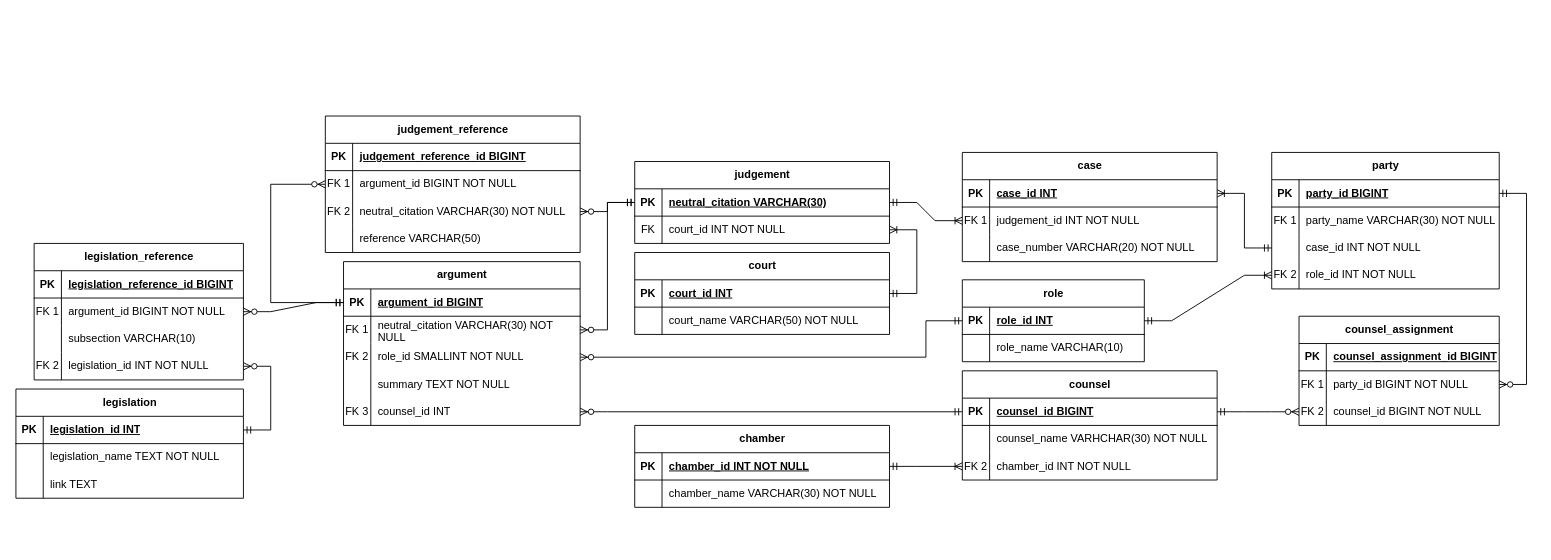
Above: dev-resources/erd/ERD.drawio in anisahhoque/c15-court-transcript-pipeline (draw.io), before the change. Source tidied: cells renumbered, new cells numbered last; positions are measured from the earlier drawing's top-left corner, leaving out a move shared by most shapes. Both pictures are drawn from the tidied source at 91%, with x=0, y=0 at pixel (15, 116).
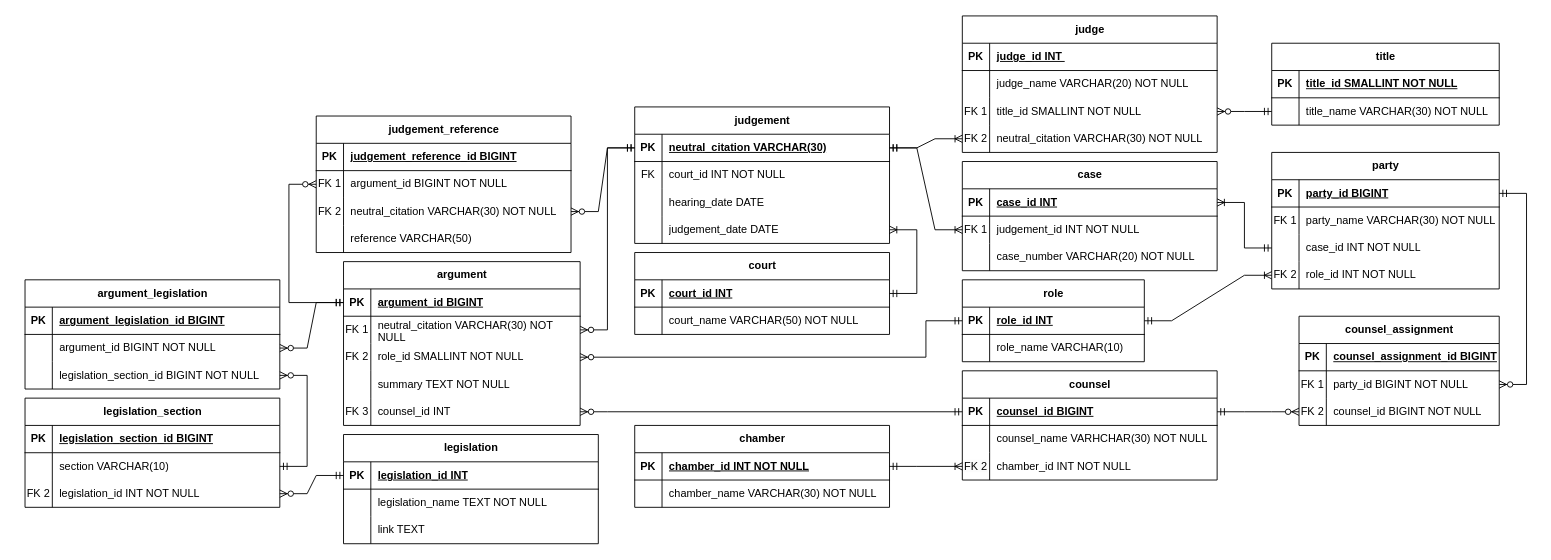
The same page after the edit.

Commit message (it also covers changes not shown here):
Adds date cols. Also judges (purely nominal) and legislation sections.

The change refers to these unchanged cells:
```xml
<mxCell id="27" style="shape=tableRow;horizontal=0;startSize=0;swimlaneHead=0;swimlaneBody=0;fillColor=none;points=[[0,0.5],[1,0.5]];portConstraint=eastwest;top=0;left=0;right=0;bottom=1;" parent="26" vertex="1">
  <mxGeometry y="30" width="280" height="30" as="geometry" />
</mxCell>
<mxCell id="37" style="shape=tableRow;horizontal=0;startSize=0;swimlaneHead=0;swimlaneBody=0;fillColor=none;points=[[0,0.5],[1,0.5]];portConstraint=eastwest;top=0;left=0;right=0;bottom=0;" parent="33" vertex="1">
  <mxGeometry y="60" width="280" height="30" as="geometry" />
</mxCell>
<mxCell id="64" style="shape=tableRow;horizontal=0;startSize=0;swimlaneHead=0;swimlaneBody=0;fillColor=none;points=[[0,0.5],[1,0.5]];portConstraint=eastwest;top=0;left=0;right=0;bottom=1;" parent="63" vertex="1">
  <mxGeometry y="30" width="250" height="30" as="geometry" />
</mxCell>
<mxCell id="87" style="shape=tableRow;horizontal=0;startSize=0;swimlaneHead=0;swimlaneBody=0;fillColor=none;points=[[0,0.5],[1,0.5]];portConstraint=eastwest;top=0;left=0;right=0;bottom=0;" parent="83" vertex="1">
  <mxGeometry y="60" width="220" height="30" as="geometry" />
</mxCell>
<mxCell id="122" style="shape=tableRow;horizontal=0;startSize=0;swimlaneHead=0;swimlaneBody=0;fillColor=none;points=[[0,0.5],[1,0.5]];portConstraint=eastwest;top=0;left=0;right=0;bottom=1;" parent="121" vertex="1">
  <mxGeometry y="30" width="260" height="30" as="geometry" />
</mxCell>
```

What changed in the source:
```diff
@@
     <mxCell id="2" value="legislation" style="shape=table;startSize=30;childLayout=tableLayout;rowLines=0;fontStyle=1;align=center;html=1;" parent="1" vertex="1">
-      <mxGeometry y="300" width="250" height="120" as="geometry" />
+      <mxGeometry x="360" y="350" width="280" height="120" as="geometry" />
     </mxCell>
     <mxCell id="3" style="shape=tableRow;horizontal=0;startSize=0;swimlaneHead=0;swimlaneBody=0;fillColor=none;points=[[0,0.5],[1,0.5]];portConstraint=eastwest;top=0;left=0;right=0;bottom=1;" parent="2" vertex="1">
-      <mxGeometry y="30" width="250" height="30" as="geometry" />
+      <mxGeometry y="30" width="280" height="30" as="geometry" />
     </mxCell>
@@
     <mxCell id="5" value="legislation_id INT" style="shape=partialRectangle;fillColor=none;top=0;left=0;bottom=0;right=0;align=left;spacingLeft=6;fontStyle=5;overflow=hidden;whiteSpace=wrap;html=1;" parent="3" vertex="1">
-      <mxGeometry x="30" width="220" height="30" as="geometry" />
+      <mxGeometry x="30" width="250" height="30" as="geometry" />
     </mxCell>
     <mxCell id="6" style="shape=tableRow;horizontal=0;startSize=0;swimlaneHead=0;swimlaneBody=0;fillColor=none;top=0;left=0;right=0;bottom=0;" parent="2" vertex="1">
-      <mxGeometry y="60" width="250" height="30" as="geometry" />
+      <mxGeometry y="60" width="280" height="30" as="geometry" />
     </mxCell>
@@
     <mxCell id="8" value="legislation_name TEXT NOT NULL" style="shape=partialRectangle;fillColor=none;top=0;left=0;bottom=0;right=0;align=left;spacingLeft=6;overflow=hidden;whiteSpace=wrap;html=1;" parent="6" vertex="1">
-      <mxGeometry x="30" width="220" height="30" as="geometry" />
+      <mxGeometry x="30" width="250" height="30" as="geometry" />
     </mxCell>
     <mxCell id="9" style="shape=tableRow;horizontal=0;startSize=0;swimlaneHead=0;swimlaneBody=0;fillColor=none;top=0;left=0;right=0;bottom=0;" parent="2" vertex="1">
-      <mxGeometry y="90" width="250" height="30" as="geometry" />
+      <mxGeometry y="90" width="280" height="30" as="geometry" />
     </mxCell>
@@
     <mxCell id="11" value="link TEXT" style="shape=partialRectangle;fillColor=none;top=0;left=0;bottom=0;right=0;align=left;spacingLeft=6;overflow=hidden;whiteSpace=wrap;html=1;" parent="9" vertex="1">
-      <mxGeometry x="30" width="220" height="30" as="geometry" />
+      <mxGeometry x="30" width="250" height="30" as="geometry" />
     </mxCell>
@@
-    <mxCell id="13" value="legislation_reference" style="shape=table;startSize=30;childLayout=tableLayout;rowLines=0;fontStyle=1;align=center;html=1;" parent="1" vertex="1">
-      <mxGeometry x="20" y="140" width="230" height="150" as="geometry" />
+    <mxCell id="13" value="legislation_section" style="shape=table;startSize=30;childLayout=tableLayout;rowLines=0;fontStyle=1;align=center;html=1;" parent="1" vertex="1">
+      <mxGeometry x="10" y="310" width="280" height="120" as="geometry" />
     </mxCell>
     <mxCell id="14" style="shape=tableRow;horizontal=0;startSize=0;swimlaneHead=0;swimlaneBody=0;fillColor=none;top=0;left=0;right=0;bottom=1;" parent="13" vertex="1">
-      <mxGeometry y="30" width="230" height="30" as="geometry" />
+      <mxGeometry y="30" width="280" height="30" as="geometry" />
     </mxCell>
@@
-    <mxCell id="16" value="legislation_reference_id BIGINT" style="shape=partialRectangle;fillColor=none;top=0;left=0;bottom=0;right=0;align=left;spacingLeft=6;fontStyle=5;overflow=hidden;whiteSpace=wrap;html=1;" parent="14" vertex="1">
-      <mxGeometry x="30" width="200" height="30" as="geometry" />
+    <mxCell id="16" value="legislation_section_id BIGINT" style="shape=partialRectangle;fillColor=none;top=0;left=0;bottom=0;right=0;align=left;spacingLeft=6;fontStyle=5;overflow=hidden;whiteSpace=wrap;html=1;" parent="14" vertex="1">
+      <mxGeometry x="30" width="250" height="30" as="geometry" />
     </mxCell>
-    <mxCell id="17" style="shape=tableRow;horizontal=0;startSize=0;swimlaneHead=0;swimlaneBody=0;fillColor=none;points=[[0,0.5],[1,0.5]];portConstraint=eastwest;top=0;left=0;right=0;bottom=0;" parent="13" vertex="1">
-      <mxGeometry y="60" width="230" height="30" as="geometry" />
-    </mxCell>
-    <mxCell id="18" value="FK 1" style="shape=partialRectangle;fillColor=none;top=0;left=0;bottom=0;right=0;overflow=hidden;whiteSpace=wrap;html=1;" parent="17" vertex="1">
-      <mxGeometry width="30" height="30" as="geometry" />
-    </mxCell>
-    <mxCell id="19" value="argument_id BIGINT NOT NULL" style="shape=partialRectangle;fillColor=none;top=0;left=0;bottom=0;right=0;align=left;spacingLeft=6;overflow=hidden;whiteSpace=wrap;html=1;" parent="17" vertex="1">
-      <mxGeometry x="30" width="200" height="30" as="geometry" />
-    </mxCell>
     <mxCell id="20" style="shape=tableRow;horizontal=0;startSize=0;swimlaneHead=0;swimlaneBody=0;fillColor=none;points=[[0,0.5],[1,0.5]];portConstraint=eastwest;top=0;left=0;right=0;bottom=0;" parent="13" vertex="1">
-      <mxGeometry y="90" width="230" height="30" as="geometry" />
+      <mxGeometry y="60" width="280" height="30" as="geometry" />
     </mxCell>
@@
-    <mxCell id="22" value="subsection VARCHAR(10)" style="shape=partialRectangle;fillColor=none;top=0;left=0;bottom=0;right=0;align=left;spacingLeft=6;overflow=hidden;whiteSpace=wrap;html=1;" parent="20" vertex="1">
-      <mxGeometry x="30" width="200" height="30" as="geometry" />
+    <mxCell id="22" value="section VARCHAR(10)" style="shape=partialRectangle;fillColor=none;top=0;left=0;bottom=0;right=0;align=left;spacingLeft=6;overflow=hidden;whiteSpace=wrap;html=1;" parent="20" vertex="1">
+      <mxGeometry x="30" width="250" height="30" as="geometry" />
     </mxCell>
     <mxCell id="23" style="shape=tableRow;horizontal=0;startSize=0;swimlaneHead=0;swimlaneBody=0;fillColor=none;points=[[0,0.5],[1,0.5]];portConstraint=eastwest;top=0;left=0;right=0;bottom=0;" parent="13" vertex="1">
-      <mxGeometry y="120" width="230" height="30" as="geometry" />
+      <mxGeometry y="90" width="280" height="30" as="geometry" />
     </mxCell>
@@
     <mxCell id="25" value="legislation_id INT NOT NULL" style="shape=partialRectangle;fillColor=none;top=0;left=0;bottom=0;right=0;align=left;spacingLeft=6;overflow=hidden;whiteSpace=wrap;html=1;" parent="23" vertex="1">
-      <mxGeometry x="30" width="200" height="30" as="geometry" />
+      <mxGeometry x="30" width="250" height="30" as="geometry" />
     </mxCell>
     <mxCell id="26" value="judgement" style="shape=table;startSize=30;childLayout=tableLayout;rowLines=0;fontStyle=1;align=center;html=1;" parent="1" vertex="1">
-      <mxGeometry x="680" y="50" width="280" height="90" as="geometry" />
+      <mxGeometry x="680" y="-10" width="280" height="150" as="geometry" />
     </mxCell>
@@
+    <mxCell id="140" style="shape=tableRow;horizontal=0;startSize=0;swimlaneHead=0;swimlaneBody=0;fillColor=none;top=0;left=0;right=0;bottom=0;" parent="26" vertex="1">
+      <mxGeometry y="60" width="280" height="30" as="geometry" />
+    </mxCell>
+    <mxCell id="141" value="FK" style="shape=partialRectangle;fillColor=none;top=0;left=0;bottom=0;right=0;overflow=hidden;whiteSpace=wrap;html=1;" parent="140" vertex="1">
+      <mxGeometry width="30" height="30" as="geometry" />
+    </mxCell>
+    <mxCell id="142" value="court_id INT NOT NULL" style="shape=partialRectangle;fillColor=none;top=0;left=0;bottom=0;right=0;align=left;spacingLeft=6;overflow=hidden;whiteSpace=wrap;html=1;" parent="140" vertex="1">
+      <mxGeometry x="30" width="250" height="30" as="geometry" />
+    </mxCell>
+    <mxCell id="143" style="shape=tableRow;horizontal=0;startSize=0;swimlaneHead=0;swimlaneBody=0;fillColor=none;top=0;left=0;right=0;bottom=0;" parent="26" vertex="1">
+      <mxGeometry y="90" width="280" height="30" as="geometry" />
+    </mxCell>
+    <mxCell id="144" style="shape=partialRectangle;fillColor=none;top=0;left=0;bottom=0;right=0;overflow=hidden;whiteSpace=wrap;html=1;" parent="143" vertex="1">
+      <mxGeometry width="30" height="30" as="geometry" />
+    </mxCell>
+    <mxCell id="145" value="hearing_date DATE" style="shape=partialRectangle;fillColor=none;top=0;left=0;bottom=0;right=0;align=left;spacingLeft=6;overflow=hidden;whiteSpace=wrap;html=1;" parent="143" vertex="1">
+      <mxGeometry x="30" width="250" height="30" as="geometry" />
+    </mxCell>
     <mxCell id="30" style="shape=tableRow;horizontal=0;startSize=0;swimlaneHead=0;swimlaneBody=0;fillColor=none;points=[[0,0.5],[1,0.5]];portConstraint=eastwest;top=0;left=0;right=0;bottom=0;" parent="26" vertex="1">
-      <mxGeometry y="60" width="280" height="30" as="geometry" />
+      <mxGeometry y="120" width="280" height="30" as="geometry" />
     </mxCell>
-    <mxCell id="31" value="FK" style="shape=partialRectangle;fillColor=none;top=0;left=0;bottom=0;right=0;overflow=hidden;whiteSpace=wrap;html=1;" parent="30" vertex="1">
+    <mxCell id="31" style="shape=partialRectangle;fillColor=none;top=0;left=0;bottom=0;right=0;overflow=hidden;whiteSpace=wrap;html=1;" parent="30" vertex="1">
       <mxGeometry width="30" height="30" as="geometry" />
     </mxCell>
-    <mxCell id="32" value="court_id INT NOT NULL" style="shape=partialRectangle;fillColor=none;top=0;left=0;bottom=0;right=0;align=left;spacingLeft=6;overflow=hidden;whiteSpace=wrap;html=1;" parent="30" vertex="1">
+    <mxCell id="32" value="judgement_date DATE" style="shape=partialRectangle;fillColor=none;top=0;left=0;bottom=0;right=0;align=left;spacingLeft=6;overflow=hidden;whiteSpace=wrap;html=1;" parent="30" vertex="1">
       <mxGeometry x="30" width="250" height="30" as="geometry" />
     </mxCell>
     <mxCell id="33" value="judgement_reference" style="shape=table;startSize=30;childLayout=tableLayout;rowLines=0;fontStyle=1;align=center;html=1;" parent="1" vertex="1">
-      <mxGeometry x="340" width="280" height="150" as="geometry" />
+      <mxGeometry x="330" width="280" height="150" as="geometry" />
     </mxCell>
@@
     <mxCell id="46" value="case" style="shape=table;startSize=30;childLayout=tableLayout;rowLines=0;fontStyle=1;align=center;html=1;" parent="1" vertex="1">
-      <mxGeometry x="1040" y="40" width="280" height="120" as="geometry" />
+      <mxGeometry x="1040" y="50" width="280" height="120" as="geometry" />
     </mxCell>
@@
-    <mxCell id="110" style="edgeStyle=entityRelationEdgeStyle;fontSize=12;html=1;endArrow=ERzeroToMany;startArrow=ERmandOne;rounded=0;exitX=0;exitY=0.5;exitDx=0;exitDy=0;" parent="1" edge="1" source="122" target="17">
+    <mxCell id="110" style="edgeStyle=entityRelationEdgeStyle;fontSize=12;html=1;endArrow=ERzeroToMany;startArrow=ERmandOne;rounded=0;exitX=0;exitY=0.5;exitDx=0;exitDy=0;entryX=1;entryY=0.5;entryDx=0;entryDy=0;" parent="1" edge="1" source="122" target="171">
       <mxGeometry relative="1" as="geometry" />
     </mxCell>
-    <mxCell id="111" style="edgeStyle=entityRelationEdgeStyle;fontSize=12;html=1;endArrow=ERzeroToMany;startArrow=ERmandOne;rounded=0;exitX=1;exitY=0.5;exitDx=0;exitDy=0;entryX=1;entryY=0.5;entryDx=0;entryDy=0;" parent="1" edge="1" source="3" target="23">
+    <mxCell id="111" style="edgeStyle=entityRelationEdgeStyle;fontSize=12;html=1;endArrow=ERzeroToMany;startArrow=ERmandOne;rounded=0;exitX=0;exitY=0.5;exitDx=0;exitDy=0;entryX=1;entryY=0.5;entryDx=0;entryDy=0;" parent="1" edge="1" source="3" target="23">
       <mxGeometry relative="1" as="geometry" />
     </mxCell>
     <mxCell id="112" style="edgeStyle=orthogonalEdgeStyle;fontSize=12;html=1;endArrow=ERzeroToMany;startArrow=ERmandOne;rounded=0;exitX=0;exitY=0.5;exitDx=0;exitDy=0;entryX=0;entryY=0.5;entryDx=0;entryDy=0;" parent="1" edge="1" source="122" target="37">
       <mxGeometry relative="1" as="geometry">
         <Array as="points">
-          <mxPoint x="280" y="205" />
-          <mxPoint x="280" y="75" />
+          <mxPoint x="300" y="205" />
+          <mxPoint x="300" y="75" />
         </Array>
       </mxGeometry>
     </mxCell>
@@
     <mxCell id="117" style="edgeStyle=entityRelationEdgeStyle;fontSize=12;html=1;endArrow=ERzeroToMany;startArrow=ERmandOne;rounded=0;exitX=1;exitY=0.5;exitDx=0;exitDy=0;entryX=1;entryY=0.5;entryDx=0;entryDy=0;" parent="1" edge="1" source="64" target="87">
-      <mxGeometry relative="1" as="geometry" />
+      <mxGeometry relative="1" as="geometry">
+        <Array as="points">
+          <mxPoint x="1660" y="190" />
+        </Array>
+      </mxGeometry>
     </mxCell>
@@
+    <mxCell id="146" value="judge" style="shape=table;startSize=30;childLayout=tableLayout;rowLines=0;fontStyle=1;align=center;html=1;" parent="1" vertex="1">
+      <mxGeometry x="1040" y="-110" width="280" height="150" as="geometry" />
+    </mxCell>
+    <mxCell id="147" style="shape=tableRow;horizontal=0;startSize=0;swimlaneHead=0;swimlaneBody=0;fillColor=none;top=0;left=0;right=0;bottom=1;" parent="146" vertex="1">
+      <mxGeometry y="30" width="280" height="30" as="geometry" />
+    </mxCell>
+    <mxCell id="148" value="PK" style="shape=partialRectangle;fillColor=none;top=0;left=0;bottom=0;right=0;fontStyle=1;overflow=hidden;whiteSpace=wrap;html=1;" parent="147" vertex="1">
+      <mxGeometry width="30" height="30" as="geometry" />
+    </mxCell>
+    <mxCell id="149" value="judge_id INT&amp;nbsp;" style="shape=partialRectangle;fillColor=none;top=0;left=0;bottom=0;right=0;align=left;spacingLeft=6;fontStyle=5;overflow=hidden;whiteSpace=wrap;html=1;" parent="147" vertex="1">
+      <mxGeometry x="30" width="250" height="30" as="geometry" />
+    </mxCell>
+    <mxCell id="150" style="shape=tableRow;horizontal=0;startSize=0;swimlaneHead=0;swimlaneBody=0;fillColor=none;top=0;left=0;right=0;bottom=0;" parent="146" vertex="1">
+      <mxGeometry y="60" width="280" height="30" as="geometry" />
+    </mxCell>
+    <mxCell id="151" style="shape=partialRectangle;fillColor=none;top=0;left=0;bottom=0;right=0;overflow=hidden;whiteSpace=wrap;html=1;" parent="150" vertex="1">
+      <mxGeometry width="30" height="30" as="geometry" />
+    </mxCell>
+    <mxCell id="152" value="judge_name VARCHAR(20) NOT NULL" style="shape=partialRectangle;fillColor=none;top=0;left=0;bottom=0;right=0;align=left;spacingLeft=6;overflow=hidden;whiteSpace=wrap;html=1;" parent="150" vertex="1">
+      <mxGeometry x="30" width="250" height="30" as="geometry" />
+    </mxCell>
+    <mxCell id="153" style="shape=tableRow;horizontal=0;startSize=0;swimlaneHead=0;swimlaneBody=0;fillColor=none;points=[[0,0.5],[1,0.5]];portConstraint=eastwest;top=0;left=0;right=0;bottom=0;" parent="146" vertex="1">
+      <mxGeometry y="90" width="280" height="30" as="geometry" />
+    </mxCell>
+    <mxCell id="18" value="FK 1" style="shape=partialRectangle;fillColor=none;top=0;left=0;bottom=0;right=0;overflow=hidden;whiteSpace=wrap;html=1;" parent="153" vertex="1">
+      <mxGeometry width="30" height="30" as="geometry" />
+    </mxCell>
+    <mxCell id="154" value="title_id SMALLINT NOT NULL" style="shape=partialRectangle;fillColor=none;top=0;left=0;bottom=0;right=0;align=left;spacingLeft=6;overflow=hidden;whiteSpace=wrap;html=1;" parent="153" vertex="1">
+      <mxGeometry x="30" width="250" height="30" as="geometry" />
+    </mxCell>
+    <mxCell id="155" style="shape=tableRow;horizontal=0;startSize=0;swimlaneHead=0;swimlaneBody=0;fillColor=none;points=[[0,0.5],[1,0.5]];portConstraint=eastwest;top=0;left=0;right=0;bottom=0;" parent="146" vertex="1">
+      <mxGeometry y="120" width="280" height="30" as="geometry" />
+    </mxCell>
+    <mxCell id="156" value="FK 2" style="shape=partialRectangle;fillColor=none;top=0;left=0;bottom=0;right=0;overflow=hidden;whiteSpace=wrap;html=1;" parent="155" vertex="1">
+      <mxGeometry width="30" height="30" as="geometry" />
+    </mxCell>
+    <mxCell id="157" value="neutral_citation VARCHAR(30) NOT NULL" style="shape=partialRectangle;fillColor=none;top=0;left=0;bottom=0;right=0;align=left;spacingLeft=6;overflow=hidden;whiteSpace=wrap;html=1;" parent="155" vertex="1">
+      <mxGeometry x="30" width="250" height="30" as="geometry" />
+    </mxCell>
+    <mxCell id="158" value="title" style="shape=table;startSize=30;childLayout=tableLayout;rowLines=0;fontStyle=1;align=center;html=1;" parent="1" vertex="1">
+      <mxGeometry x="1380" y="-80" width="250" height="90" as="geometry" />
+    </mxCell>
+    <mxCell id="159" style="shape=tableRow;horizontal=0;startSize=0;swimlaneHead=0;swimlaneBody=0;fillColor=none;top=0;left=0;right=0;bottom=1;" parent="158" vertex="1">
+      <mxGeometry y="30" width="250" height="30" as="geometry" />
+    </mxCell>
+    <mxCell id="160" value="PK" style="shape=partialRectangle;fillColor=none;top=0;left=0;bottom=0;right=0;fontStyle=1;overflow=hidden;whiteSpace=wrap;html=1;" parent="159" vertex="1">
+      <mxGeometry width="30" height="30" as="geometry" />
+    </mxCell>
+    <mxCell id="161" value="title_id SMALLINT NOT NULL" style="shape=partialRectangle;fillColor=none;top=0;left=0;bottom=0;right=0;align=left;spacingLeft=6;fontStyle=5;overflow=hidden;whiteSpace=wrap;html=1;" parent="159" vertex="1">
+      <mxGeometry x="30" width="220" height="30" as="geometry" />
+    </mxCell>
+    <mxCell id="162" style="shape=tableRow;horizontal=0;startSize=0;swimlaneHead=0;swimlaneBody=0;fillColor=none;points=[[0,0.5],[1,0.5]];portConstraint=eastwest;top=0;left=0;right=0;bottom=0;" parent="158" vertex="1">
+      <mxGeometry y="60" width="250" height="30" as="geometry" />
+    </mxCell>
+    <mxCell id="163" style="shape=partialRectangle;fillColor=none;top=0;left=0;bottom=0;right=0;overflow=hidden;whiteSpace=wrap;html=1;" parent="162" vertex="1">
+      <mxGeometry width="30" height="30" as="geometry" />
+    </mxCell>
+    <mxCell id="164" value="title_name VARCHAR(30) NOT NULL" style="shape=partialRectangle;fillColor=none;top=0;left=0;bottom=0;right=0;align=left;spacingLeft=6;overflow=hidden;whiteSpace=wrap;html=1;" parent="162" vertex="1">
+      <mxGeometry x="30" width="220" height="30" as="geometry" />
+    </mxCell>
+    <mxCell id="165" style="edgeStyle=entityRelationEdgeStyle;fontSize=12;html=1;endArrow=ERoneToMany;startArrow=ERmandOne;rounded=0;exitX=1;exitY=0.5;exitDx=0;exitDy=0;entryX=0;entryY=0.5;entryDx=0;entryDy=0;" parent="1" edge="1" source="27" target="155">
+      <mxGeometry relative="1" as="geometry" />
+    </mxCell>
+    <mxCell id="166" style="edgeStyle=entityRelationEdgeStyle;fontSize=12;html=1;endArrow=ERzeroToMany;startArrow=ERmandOne;rounded=0;exitX=0;exitY=0.5;exitDx=0;exitDy=0;entryX=1;entryY=0.5;entryDx=0;entryDy=0;" parent="1" edge="1" source="162" target="153">
+      <mxGeometry relative="1" as="geometry" />
+    </mxCell>
+    <mxCell id="167" value="argument_legislation" style="shape=table;startSize=30;childLayout=tableLayout;rowLines=0;fontStyle=1;align=center;html=1;" parent="1" vertex="1">
+      <mxGeometry x="10" y="180" width="280" height="120" as="geometry" />
+    </mxCell>
+    <mxCell id="168" style="shape=tableRow;horizontal=0;startSize=0;swimlaneHead=0;swimlaneBody=0;fillColor=none;top=0;left=0;right=0;bottom=1;" parent="167" vertex="1">
+      <mxGeometry y="30" width="280" height="30" as="geometry" />
+    </mxCell>
+    <mxCell id="169" value="PK" style="shape=partialRectangle;fillColor=none;top=0;left=0;bottom=0;right=0;fontStyle=1;overflow=hidden;whiteSpace=wrap;html=1;" parent="168" vertex="1">
+      <mxGeometry width="30" height="30" as="geometry" />
+    </mxCell>
+    <mxCell id="170" value="argument_legislation_id BIGINT" style="shape=partialRectangle;fillColor=none;top=0;left=0;bottom=0;right=0;align=left;spacingLeft=6;fontStyle=5;overflow=hidden;whiteSpace=wrap;html=1;" parent="168" vertex="1">
+      <mxGeometry x="30" width="250" height="30" as="geometry" />
+    </mxCell>
+    <mxCell id="171" style="shape=tableRow;horizontal=0;startSize=0;swimlaneHead=0;swimlaneBody=0;fillColor=none;points=[[0,0.5],[1,0.5]];portConstraint=eastwest;top=0;left=0;right=0;bottom=0;" parent="167" vertex="1">
+      <mxGeometry y="60" width="280" height="30" as="geometry" />
+    </mxCell>
+    <mxCell id="172" style="shape=partialRectangle;fillColor=none;top=0;left=0;bottom=0;right=0;overflow=hidden;whiteSpace=wrap;html=1;" parent="171" vertex="1">
+      <mxGeometry width="30" height="30" as="geometry" />
+    </mxCell>
+    <mxCell id="19" value="argument_id BIGINT NOT NULL" style="shape=partialRectangle;fillColor=none;top=0;left=0;bottom=0;right=0;align=left;spacingLeft=6;overflow=hidden;whiteSpace=wrap;html=1;" parent="171" vertex="1">
+      <mxGeometry x="30" width="250" height="30" as="geometry" />
+    </mxCell>
+    <mxCell id="173" style="shape=tableRow;horizontal=0;startSize=0;swimlaneHead=0;swimlaneBody=0;fillColor=none;points=[[0,0.5],[1,0.5]];portConstraint=eastwest;top=0;left=0;right=0;bottom=0;" parent="167" vertex="1">
+      <mxGeometry y="90" width="280" height="30" as="geometry" />
+    </mxCell>
+    <mxCell id="174" style="shape=partialRectangle;fillColor=none;top=0;left=0;bottom=0;right=0;overflow=hidden;whiteSpace=wrap;html=1;" parent="173" vertex="1">
+      <mxGeometry width="30" height="30" as="geometry" />
+    </mxCell>
+    <mxCell id="175" value="legislation_section_id BIGINT NOT NULL" style="shape=partialRectangle;fillColor=none;top=0;left=0;bottom=0;right=0;align=left;spacingLeft=6;overflow=hidden;whiteSpace=wrap;html=1;" parent="173" vertex="1">
+      <mxGeometry x="30" width="250" height="30" as="geometry" />
+    </mxCell>
+    <mxCell id="176" style="edgeStyle=entityRelationEdgeStyle;fontSize=12;html=1;endArrow=ERzeroToMany;startArrow=ERmandOne;rounded=0;exitX=1;exitY=0.5;exitDx=0;exitDy=0;entryX=1;entryY=0.5;entryDx=0;entryDy=0;" parent="1" edge="1" source="20" target="173">
+      <mxGeometry relative="1" as="geometry" />
+    </mxCell>
```
